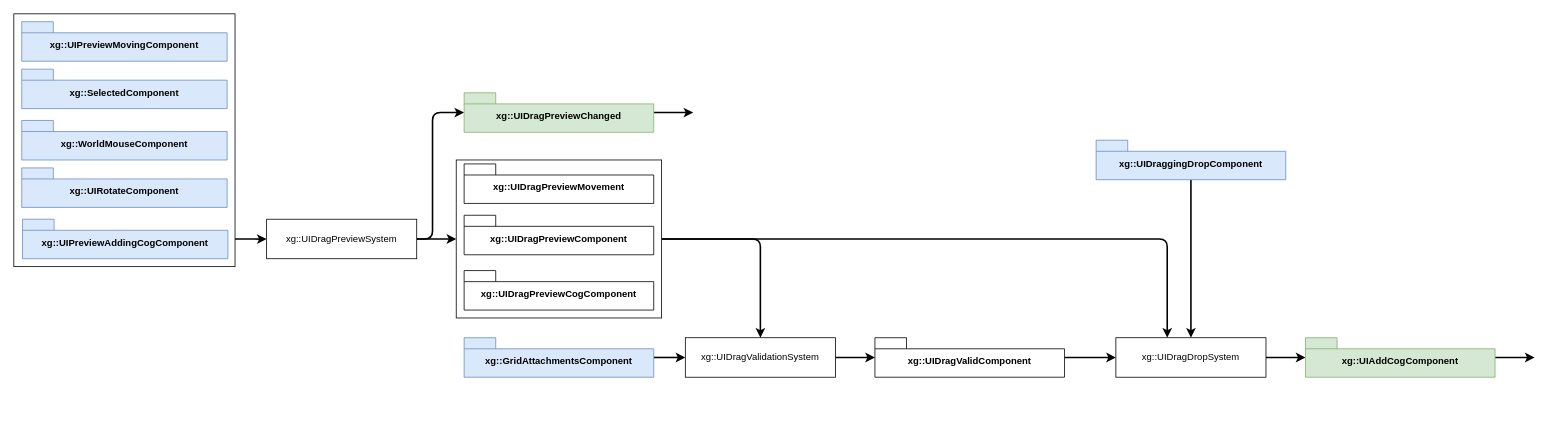
djfooks-kl/breadboard keeps this draw.io diagram as design/preview-cog.drawio. Above is the earlier version. Source tidied: cells renumbered, new cells numbered last; positions are measured from the earlier drawing's top-left corner, leaving out a move shared by most shapes. Both pictures are drawn from the tidied source at 79%, with x=0, y=0 at pixel (13, 13).
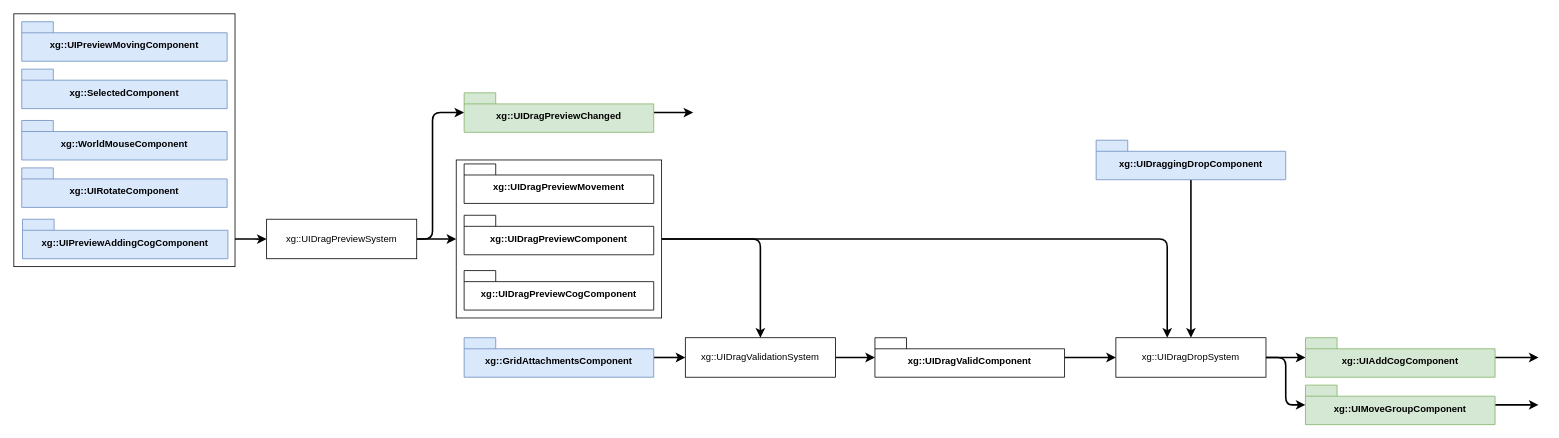
After the change.

Commit message (it also covers changes not shown here):
Updated design for moving command

Unchanged cells that the change refers to:
```xml
<mxCell id="16" value="xg::UIDragDropSystem" style="html=1;whiteSpace=wrap;" parent="1" vertex="1">
  <mxGeometry x="1395" y="410" width="190" height="50" as="geometry" />
</mxCell>
<mxCell id="19" value="xg::UIAddCogComponent" style="shape=folder;fontStyle=1;spacingTop=10;tabWidth=40;tabHeight=14;tabPosition=left;html=1;whiteSpace=wrap;fillColor=#d5e8d4;strokeColor=#82b366;" parent="1" vertex="1">
  <mxGeometry x="1635" y="410" width="240" height="50" as="geometry" />
</mxCell>
```

What changed in the source:
```diff
@@
+    <mxCell id="32" style="edgeStyle=orthogonalEdgeStyle;shape=connector;curved=0;rounded=1;jumpStyle=gap;jettySize=auto;html=1;strokeColor=default;strokeWidth=2;align=center;verticalAlign=middle;fontFamily=Helvetica;fontSize=11;fontColor=default;labelBackgroundColor=default;endArrow=classic;" parent="1" edge="1" source="16" target="34">
+      <mxGeometry relative="1" as="geometry">
+        <Array as="points">
+          <mxPoint x="1610" y="435" />
+          <mxPoint x="1610" y="495" />
+        </Array>
+      </mxGeometry>
+    </mxCell>
@@
     <mxCell id="18" style="edgeStyle=orthogonalEdgeStyle;shape=connector;curved=0;rounded=1;jettySize=auto;html=1;strokeColor=default;strokeWidth=2;align=center;verticalAlign=middle;fontFamily=Helvetica;fontSize=11;fontColor=default;labelBackgroundColor=default;endArrow=classic;jumpStyle=gap;" parent="1" edge="1" source="19">
       <mxGeometry relative="1" as="geometry">
-        <mxPoint x="1925" y="435" as="targetPoint" />
+        <mxPoint x="1930" y="435" as="targetPoint" />
       </mxGeometry>
     </mxCell>
@@
+    <mxCell id="33" style="edgeStyle=orthogonalEdgeStyle;shape=connector;curved=0;rounded=1;jumpStyle=gap;jettySize=auto;html=1;strokeColor=default;strokeWidth=2;align=center;verticalAlign=middle;fontFamily=Helvetica;fontSize=11;fontColor=default;labelBackgroundColor=default;endArrow=classic;" parent="1" edge="1" source="34">
+      <mxGeometry relative="1" as="geometry">
+        <mxPoint x="1930" y="495" as="targetPoint" />
+      </mxGeometry>
+    </mxCell>
+    <mxCell id="34" value="xg::UIMoveGroupComponent" style="shape=folder;fontStyle=1;spacingTop=10;tabWidth=40;tabHeight=14;tabPosition=left;html=1;whiteSpace=wrap;fillColor=#d5e8d4;strokeColor=#82b366;" parent="1" vertex="1">
+      <mxGeometry x="1635" y="470" width="240" height="50" as="geometry" />
+    </mxCell>
```
